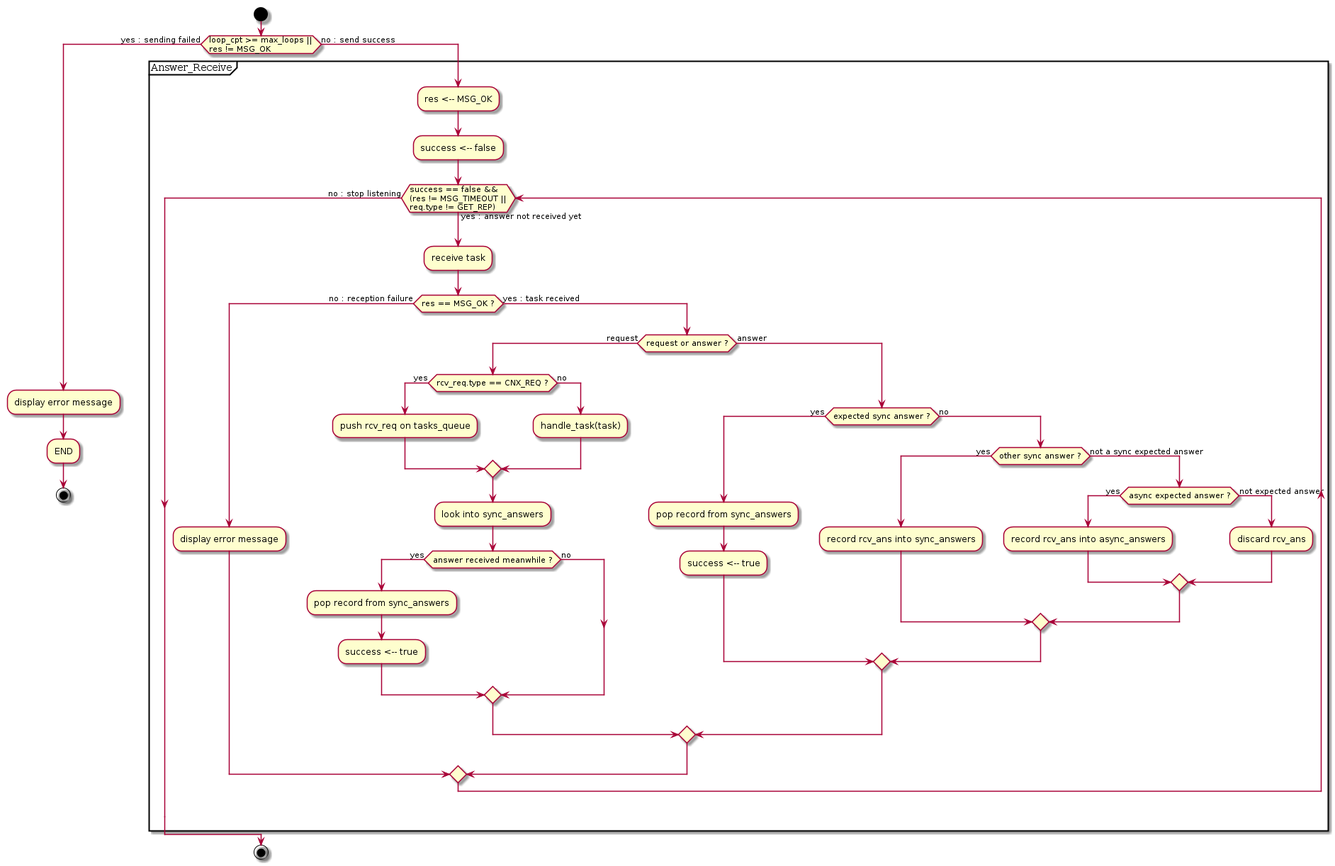
Before: doc/UML/Algo_send_msg_sync-2.png, a diagram exported from PlantUML (tof25/DST). Its diagram source:
```plantuml
@startuml

start

if (loop_cpt >= max_loops ||\nres != MSG_OK) then (yes : sending failed)
    :display error message;
    :END;
    stop
else (no : send success)
partition Answer_Receive {
    :res <-- MSG_OK;

    :success <-- false;

    while (success == false &&\n(res != MSG_TIMEOUT ||\nreq.type != GET_REP)) is (yes : answer not received yet)
        :receive task;
        if (res == MSG_OK ?) then (no : reception failure)
            :display error message;
        else (yes : task received)
            if (request or answer ?) then (request)
                if (rcv_req.type == CNX_REQ ?) then (yes)
                    :push rcv_req on tasks_queue;
                else (no)
                    :handle_task(task);
                endif
                :look into sync_answers;
                if (answer received meanwhile ?) then (yes)
                    :pop record from sync_answers;
                    :success <-- true;
                else (no)
                endif
            else (answer)
                if (expected sync answer ?) then (yes)
                    :pop record from sync_answers;
                    :success <-- true;
                else (no)
                    if (other sync answer ?) then (yes)
                        :record rcv_ans into sync_answers;
                    else (not a sync expected answer)
                        if (async expected answer ?) then (yes)
                            :record rcv_ans into async_answers;
                        else (not expected answer)
                            :discard rcv_ans;
                        endif
                    endif
                endif
            endif
        endif
    endwhile (no : stop listening)
}
endif
stop

@enduml
```
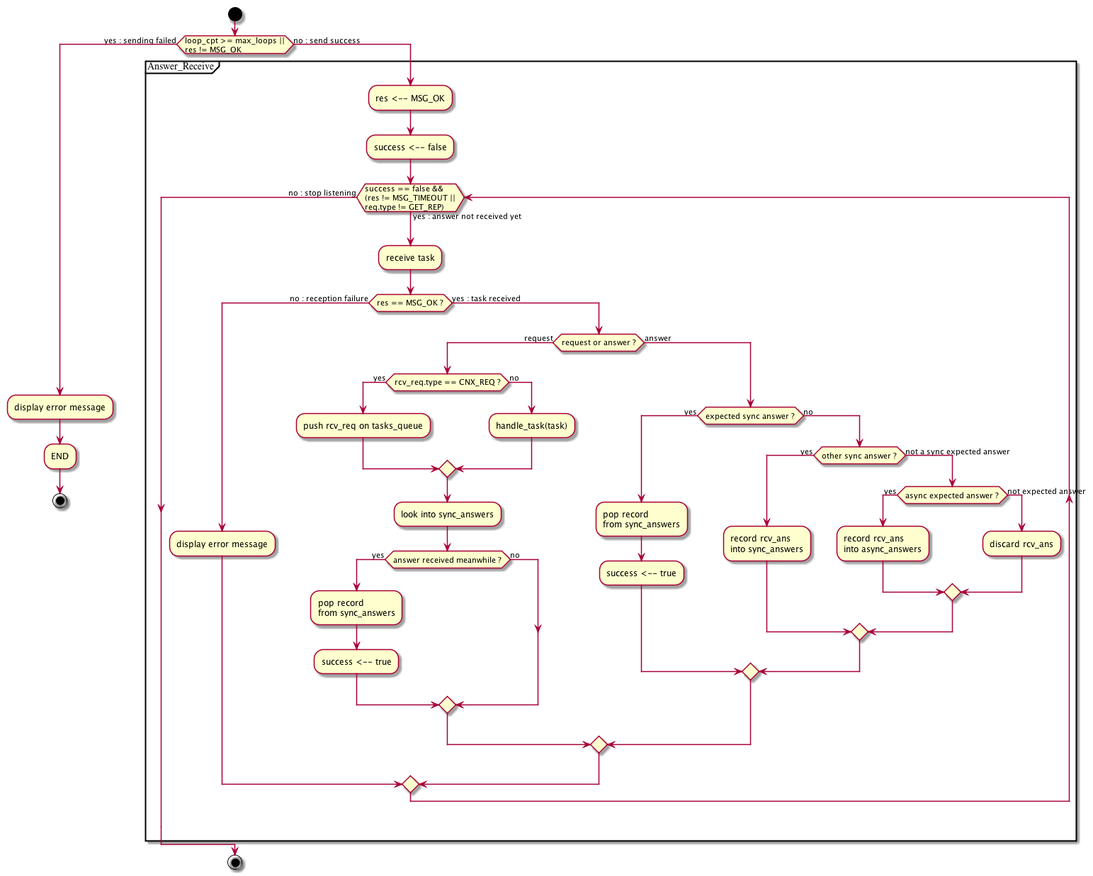
Above is the later version.

The edit, as a diff of the source:
```diff
@@ -25,20 +25,24 @@
                 endif
                 :look into sync_answers;
                 if (answer received meanwhile ?) then (yes)
-                    :pop record from sync_answers;
+                    :pop record
+                    from sync_answers;
                     :success <-- true;
                 else (no)
                 endif
             else (answer)
                 if (expected sync answer ?) then (yes)
-                    :pop record from sync_answers;
+                    :pop record
+                    from sync_answers;
                     :success <-- true;
                 else (no)
                     if (other sync answer ?) then (yes)
-                        :record rcv_ans into sync_answers;
+                        :record rcv_ans
+                        into sync_answers;
                     else (not a sync expected answer)
                         if (async expected answer ?) then (yes)
-                            :record rcv_ans into async_answers;
+                            :record rcv_ans
+                            into async_answers;
                         else (not expected answer)
                             :discard rcv_ans;
                         endif
```
